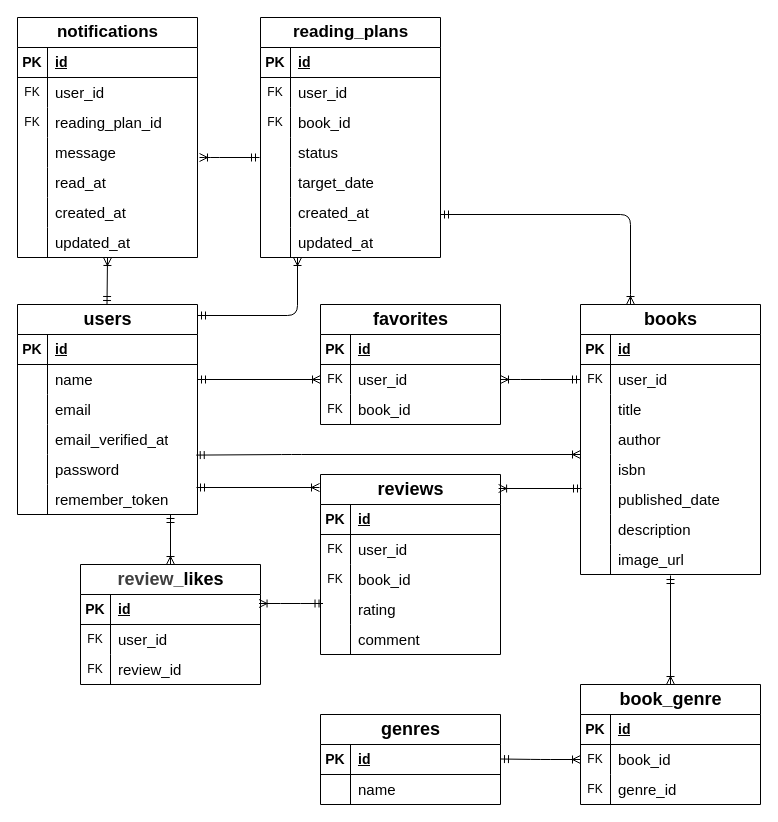
Before: ER図.drawio.png.drawio in daiki-oishi-0206/bookshelf-app, a draw.io diagram. Source tidied: cells renumbered, new cells numbered last; positions are measured from the earlier drawing's top-left corner, leaving out a move shared by most shapes. Both pictures are drawn from the tidied source at 100%, with x=0, y=0 at pixel (17, 17).
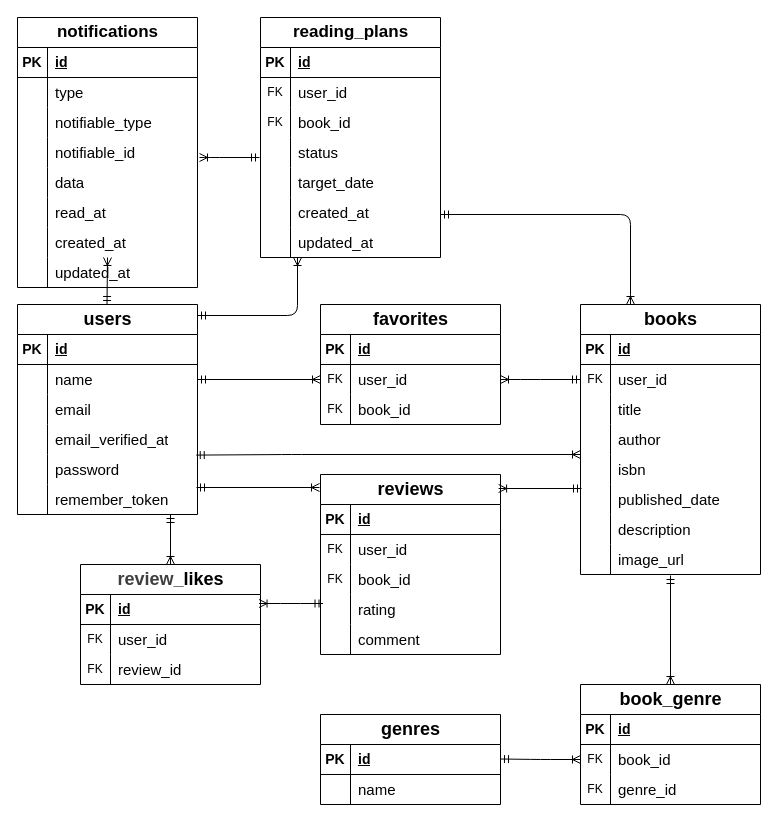
The same page after the edit.

The change refers to these unchanged cells:
```xml
<mxCell id="133" style="shape=tableRow;horizontal=0;startSize=0;swimlaneHead=0;swimlaneBody=0;fillColor=none;top=0;left=0;right=0;bottom=0;" parent="129" vertex="1">
  <mxGeometry y="60" width="180" height="30" as="geometry" />
</mxCell>
<mxCell id="136" style="shape=tableRow;horizontal=0;startSize=0;swimlaneHead=0;swimlaneBody=0;fillColor=none;top=0;left=0;right=0;bottom=0;" parent="129" vertex="1">
  <mxGeometry y="90" width="180" height="30" as="geometry" />
</mxCell>
<mxCell id="139" style="shape=tableRow;horizontal=0;startSize=0;swimlaneHead=0;swimlaneBody=0;fillColor=none;top=0;left=0;right=0;bottom=0;" parent="129" vertex="1">
  <mxGeometry y="120" width="180" height="30" as="geometry" />
</mxCell>
<mxCell id="142" style="shape=tableRow;horizontal=0;startSize=0;swimlaneHead=0;swimlaneBody=0;fillColor=none;top=0;left=0;right=0;bottom=0;" parent="129" vertex="1">
  <mxGeometry y="150" width="180" height="30" as="geometry" />
</mxCell>
<mxCell id="145" style="shape=tableRow;horizontal=0;startSize=0;swimlaneHead=0;swimlaneBody=0;fillColor=none;top=0;left=0;right=0;bottom=0;" parent="129" vertex="1">
  <mxGeometry y="180" width="180" height="30" as="geometry" />
</mxCell>
```

Change to the diagram source:
```diff
@@
     <mxCell id="129" value="notifications" style="shape=table;startSize=30;childLayout=tableLayout;rowLines=0;fontStyle=1;align=center;html=1;fontSize=17;" parent="1" vertex="1">
-      <mxGeometry width="180" height="240" as="geometry" />
+      <mxGeometry width="180" height="270" as="geometry" />
     </mxCell>
@@
-    <mxCell id="134" value="FK" style="shape=partialRectangle;fillColor=none;top=0;left=0;bottom=0;right=0;overflow=hidden;whiteSpace=wrap;html=1;" parent="133" vertex="1">
+    <mxCell id="134" style="shape=partialRectangle;fillColor=none;top=0;left=0;bottom=0;right=0;overflow=hidden;whiteSpace=wrap;html=1;" parent="133" vertex="1">
       <mxGeometry width="30" height="30" as="geometry" />
     </mxCell>
-    <mxCell id="135" value="user_id" style="shape=partialRectangle;fillColor=none;top=0;left=0;bottom=0;right=0;align=left;spacingLeft=6;overflow=hidden;whiteSpace=wrap;html=1;fontSize=15;" parent="133" vertex="1">
+    <mxCell id="135" value="type" style="shape=partialRectangle;fillColor=none;top=0;left=0;bottom=0;right=0;align=left;spacingLeft=6;overflow=hidden;whiteSpace=wrap;html=1;fontSize=15;" parent="133" vertex="1">
       <mxGeometry x="30" width="150" height="30" as="geometry" />
     </mxCell>
@@
-    <mxCell id="137" value="FK" style="shape=partialRectangle;fillColor=none;top=0;left=0;bottom=0;right=0;overflow=hidden;whiteSpace=wrap;html=1;" parent="136" vertex="1">
+    <mxCell id="137" style="shape=partialRectangle;fillColor=none;top=0;left=0;bottom=0;right=0;overflow=hidden;whiteSpace=wrap;html=1;" parent="136" vertex="1">
       <mxGeometry width="30" height="30" as="geometry" />
     </mxCell>
-    <mxCell id="138" value="reading_plan_id" style="shape=partialRectangle;fillColor=none;top=0;left=0;bottom=0;right=0;align=left;spacingLeft=6;overflow=hidden;whiteSpace=wrap;html=1;fontSize=15;" parent="136" vertex="1">
+    <mxCell id="138" value="notifiable_type" style="shape=partialRectangle;fillColor=none;top=0;left=0;bottom=0;right=0;align=left;spacingLeft=6;overflow=hidden;whiteSpace=wrap;html=1;fontSize=15;" parent="136" vertex="1">
       <mxGeometry x="30" width="150" height="30" as="geometry" />
     </mxCell>
@@
-    <mxCell id="141" value="message" style="shape=partialRectangle;fillColor=none;top=0;left=0;bottom=0;right=0;align=left;spacingLeft=6;overflow=hidden;whiteSpace=wrap;html=1;fontSize=15;" parent="139" vertex="1">
+    <mxCell id="141" value="notifiable_id" style="shape=partialRectangle;fillColor=none;top=0;left=0;bottom=0;right=0;align=left;spacingLeft=6;overflow=hidden;whiteSpace=wrap;html=1;fontSize=15;" parent="139" vertex="1">
       <mxGeometry x="30" width="150" height="30" as="geometry" />
     </mxCell>
@@
-    <mxCell id="144" value="read_at" style="shape=partialRectangle;fillColor=none;top=0;left=0;bottom=0;right=0;align=left;spacingLeft=6;overflow=hidden;whiteSpace=wrap;html=1;fontSize=15;" parent="142" vertex="1">
+    <mxCell id="144" value="data" style="shape=partialRectangle;fillColor=none;top=0;left=0;bottom=0;right=0;align=left;spacingLeft=6;overflow=hidden;whiteSpace=wrap;html=1;fontSize=15;" parent="142" vertex="1">
       <mxGeometry x="30" width="150" height="30" as="geometry" />
     </mxCell>
@@
-    <mxCell id="147" value="created_at" style="shape=partialRectangle;fillColor=none;top=0;left=0;bottom=0;right=0;align=left;spacingLeft=6;overflow=hidden;whiteSpace=wrap;html=1;fontSize=15;" parent="145" vertex="1">
+    <mxCell id="147" value="&lt;span style=&quot;color: rgb(0, 0, 0);&quot;&gt;read_at&lt;/span&gt;" style="shape=partialRectangle;fillColor=none;top=0;left=0;bottom=0;right=0;align=left;spacingLeft=6;overflow=hidden;whiteSpace=wrap;html=1;fontSize=15;" parent="145" vertex="1">
       <mxGeometry x="30" width="150" height="30" as="geometry" />
     </mxCell>
+    <mxCell id="156" style="shape=tableRow;horizontal=0;startSize=0;swimlaneHead=0;swimlaneBody=0;fillColor=none;top=0;left=0;right=0;bottom=0;" parent="129" vertex="1">
+      <mxGeometry y="210" width="180" height="30" as="geometry" />
+    </mxCell>
+    <mxCell id="157" style="shape=partialRectangle;fillColor=none;top=0;left=0;bottom=0;right=0;overflow=hidden;whiteSpace=wrap;html=1;" parent="156" vertex="1">
+      <mxGeometry width="30" height="30" as="geometry" />
+    </mxCell>
+    <mxCell id="158" value="&lt;span style=&quot;color: rgb(0, 0, 0);&quot;&gt;created_at&lt;/span&gt;" style="shape=partialRectangle;fillColor=none;top=0;left=0;bottom=0;right=0;align=left;spacingLeft=6;overflow=hidden;whiteSpace=wrap;html=1;fontSize=15;" parent="156" vertex="1">
+      <mxGeometry x="30" width="150" height="30" as="geometry" />
+    </mxCell>
     <mxCell id="148" style="shape=tableRow;horizontal=0;startSize=0;swimlaneHead=0;swimlaneBody=0;fillColor=none;top=0;left=0;right=0;bottom=0;" parent="129" vertex="1">
-      <mxGeometry y="210" width="180" height="30" as="geometry" />
+      <mxGeometry y="240" width="180" height="30" as="geometry" />
     </mxCell>
```
